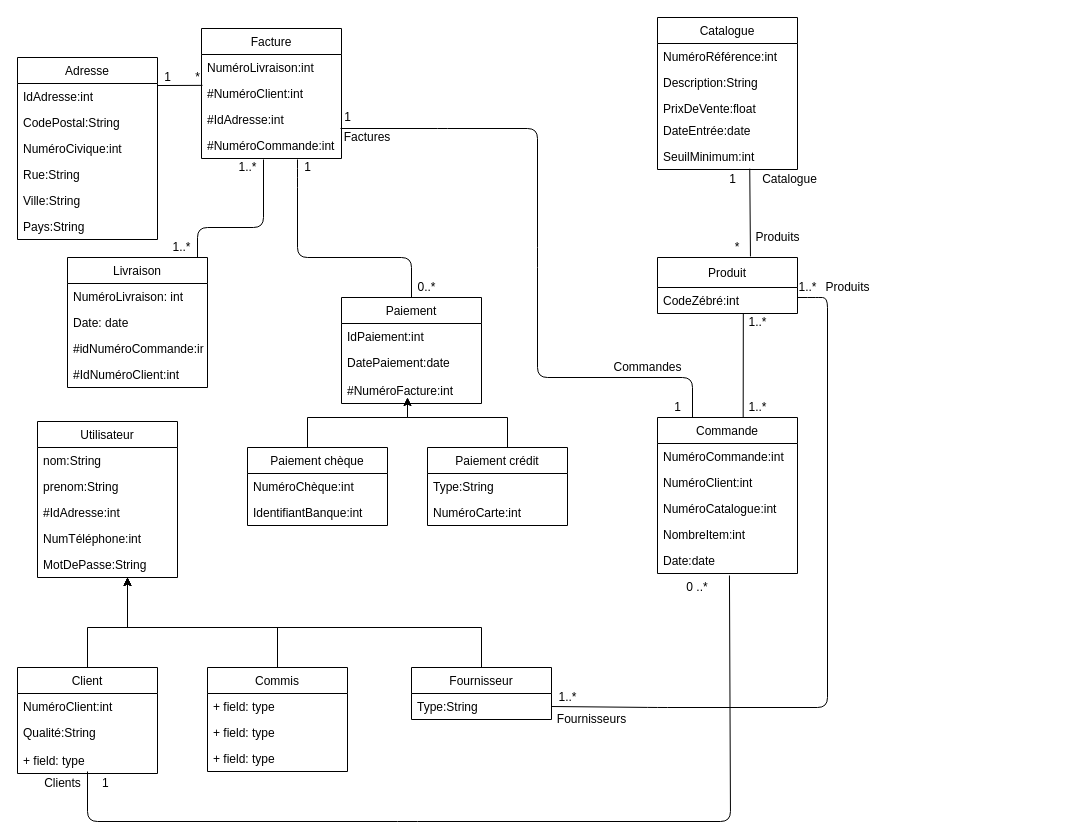
Above: Untitled Diagram.drawio in anaisyaici/tpINF3080 (draw.io), before the change. Source tidied: cells renumbered, new cells numbered last; positions are measured from the earlier drawing's top-left corner, leaving out a move shared by most shapes. Both pictures are drawn from the tidied source at 100%, with x=0, y=0 at pixel (17, 17).
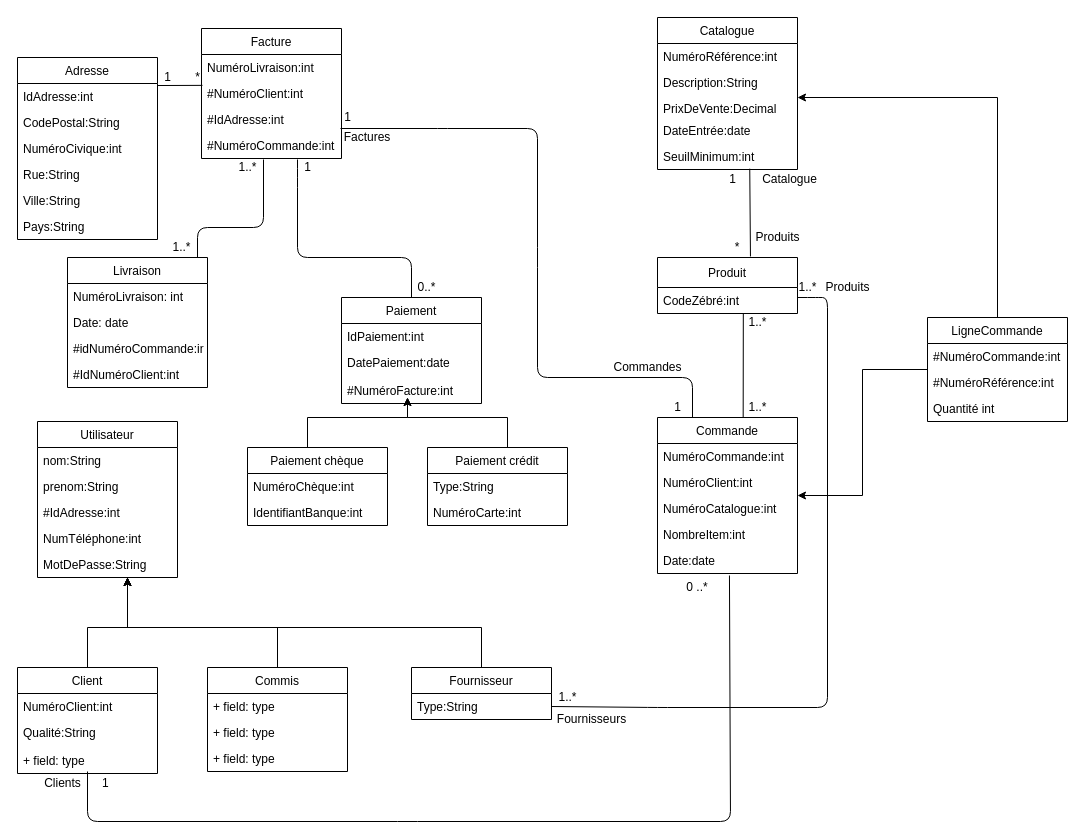
Above is the later version.

The change refers to these unchanged cells:
```xml
<mxCell id="9" value="Commande" style="swimlane;fontStyle=0;horizontal=1;startSize=26;fillColor=none;" parent="1" vertex="1">
  <mxGeometry x="640" y="400" width="140" height="156" as="geometry" />
</mxCell>
<mxCell id="41" value="Catalogue" style="swimlane;fontStyle=0;horizontal=1;startSize=26;fillColor=none;" parent="1" vertex="1">
  <mxGeometry x="640" width="140" height="152" as="geometry" />
</mxCell>
```

The edit, as a diff of the source:
```diff
@@
-    <mxCell id="44" value="PrixDeVente:float" style="text;strokeColor=none;fillColor=none;align=left;verticalAlign=top;spacingLeft=4;spacingRight=4;overflow=hidden;" parent="41" vertex="1">
+    <mxCell id="44" value="PrixDeVente:Decimal" style="text;strokeColor=none;fillColor=none;align=left;verticalAlign=top;spacingLeft=4;spacingRight=4;overflow=hidden;" parent="41" vertex="1">
       <mxGeometry y="78" width="140" height="22" as="geometry" />
     </mxCell>
@@
+    <mxCell id="96" style="edgeStyle=orthogonalEdgeStyle;rounded=0;jettySize=auto;html=1;" parent="1" edge="1" source="98" target="9">
+      <mxGeometry relative="1" as="geometry" />
+    </mxCell>
+    <mxCell id="97" style="edgeStyle=orthogonalEdgeStyle;rounded=0;jettySize=auto;html=1;" parent="1" edge="1" source="98" target="41">
+      <mxGeometry relative="1" as="geometry">
+        <Array as="points">
+          <mxPoint x="980" y="80" />
+        </Array>
+      </mxGeometry>
+    </mxCell>
+    <mxCell id="98" value="LigneCommande" style="swimlane;fontStyle=0;horizontal=1;startSize=26;fillColor=none;" parent="1" vertex="1">
+      <mxGeometry x="910" y="300" width="140" height="104" as="geometry" />
+    </mxCell>
+    <mxCell id="99" value="#NuméroCommande:int" style="text;strokeColor=none;fillColor=none;align=left;verticalAlign=top;spacingLeft=4;spacingRight=4;overflow=hidden;" parent="98" vertex="1">
+      <mxGeometry y="26" width="140" height="26" as="geometry" />
+    </mxCell>
+    <mxCell id="100" value="#NuméroRéférence:int" style="text;strokeColor=none;fillColor=none;align=left;verticalAlign=top;spacingLeft=4;spacingRight=4;overflow=hidden;" parent="98" vertex="1">
+      <mxGeometry y="52" width="140" height="26" as="geometry" />
+    </mxCell>
+    <mxCell id="101" value="Quantité int" style="text;strokeColor=none;fillColor=none;align=left;verticalAlign=top;spacingLeft=4;spacingRight=4;overflow=hidden;" parent="98" vertex="1">
+      <mxGeometry y="78" width="140" height="26" as="geometry" />
+    </mxCell>
```
